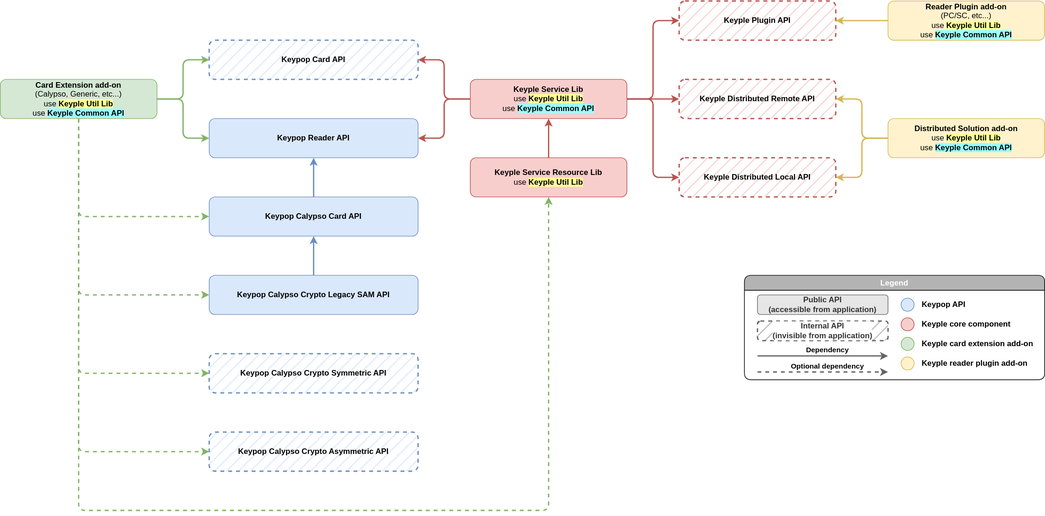
The draw.io diagram static/media/learn/developer-guide/component-dependencies/component_dependencies_overview.drawio.svg in eclipse-keyple/keyple-website, before a commit. Source tidied: cells renumbered, new cells last; positions are measured from the earlier drawing's top-left corner, leaving out a move shared by most shapes.
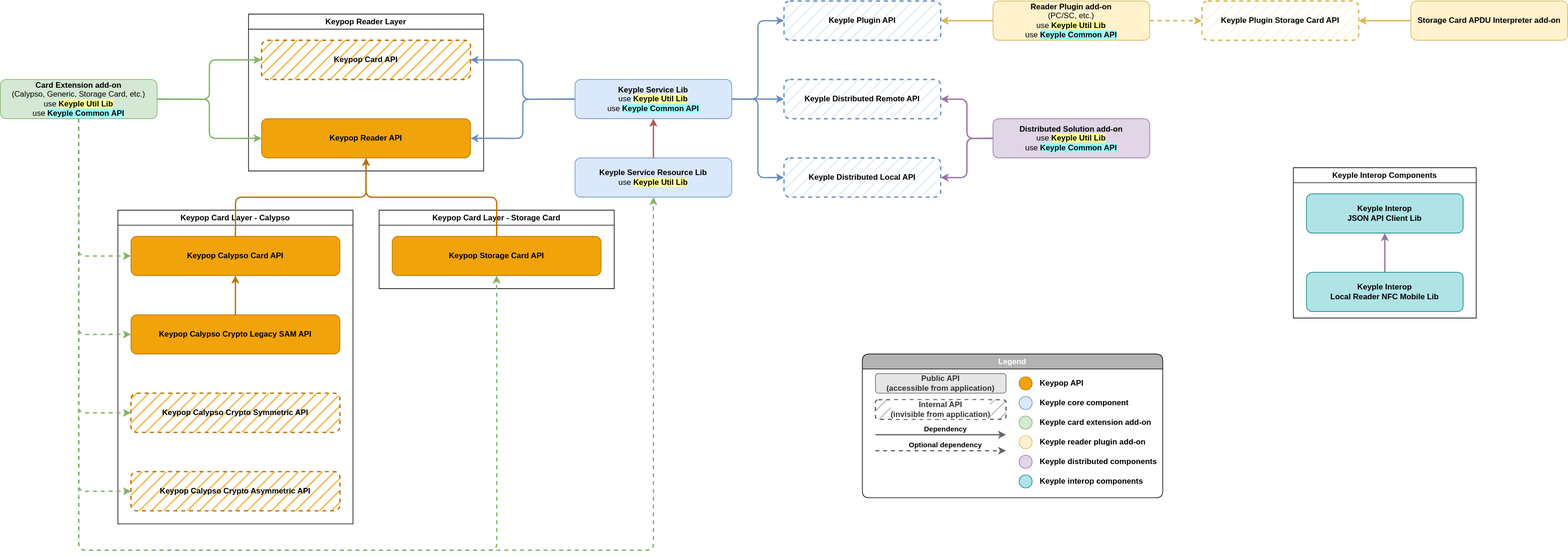
Later version of the same file.

Commit message:
docs: update interop pages (#264)

What changed in the source:
```diff
@@ -4,6 +4,12 @@
     <mxCell id="1" parent="0" />
+    <mxCell id="49" value="Keypop Reader Layer" style="swimlane;whiteSpace=wrap;html=1;" parent="1" vertex="1">
+      <mxGeometry x="220" y="20" width="360" height="240" as="geometry" />
+    </mxCell>
+    <mxCell id="50" value="Keypop Card Layer - Calypso" style="swimlane;whiteSpace=wrap;html=1;" parent="1" vertex="1">
+      <mxGeometry x="20" y="320" width="360" height="480" as="geometry" />
+    </mxCell>
-    <mxCell id="2" style="edgeStyle=orthogonalEdgeStyle;curved=1;jettySize=auto;html=1;exitX=0;exitY=0.5;exitDx=0;exitDy=0;entryX=1;entryY=0.5;entryDx=0;entryDy=0;strokeWidth=2;fillColor=#fff2cc;strokeColor=#d6b656;" parent="1" edge="1" source="3" target="15">
+    <mxCell id="2" style="edgeStyle=orthogonalEdgeStyle;jettySize=auto;html=1;exitX=0;exitY=0.5;exitDx=0;exitDy=0;entryX=1;entryY=0.5;entryDx=0;entryDy=0;strokeWidth=2;fillColor=#fff2cc;strokeColor=#d6b656;" parent="1" edge="1" source="3" target="15">
       <mxGeometry relative="1" as="geometry" />
     </mxCell>
-    <mxCell id="3" value="&lt;b&gt;Reader Plugin add-on&lt;/b&gt;&lt;br&gt;(PC/SC, etc...)&lt;br&gt;use&amp;nbsp;&lt;b style=&quot;border-color: var(--border-color); background-color: rgb(255, 255, 153);&quot;&gt;Keyple Util Lib&lt;/b&gt;&lt;br&gt;use &lt;b style=&quot;background-color: rgb(153, 255, 255);&quot;&gt;Keyple Common API&lt;/b&gt;" style="rounded=1;whiteSpace=wrap;html=1;fillColor=#fff2cc;strokeColor=#d6b656;fontStyle=0;" parent="1" vertex="1">
+    <mxCell id="3" value="&lt;b&gt;Reader Plugin add-on&lt;/b&gt;&lt;br&gt;(PC/SC, etc.)&lt;br&gt;use&amp;nbsp;&lt;b style=&quot;border-color: var(--border-color); background-color: rgb(255, 255, 153);&quot;&gt;Keyple Util Lib&lt;/b&gt;&lt;br&gt;use &lt;b style=&quot;background-color: rgb(153, 255, 255);&quot;&gt;Keyple Common API&lt;/b&gt;" style="rounded=1;whiteSpace=wrap;html=1;fillColor=#fff2cc;strokeColor=#d6b656;fontStyle=0;" parent="1" vertex="1">
       <mxGeometry x="1360" width="240" height="60" as="geometry" />
@@ -13,39 +19,39 @@
     </mxCell>
-    <mxCell id="5" value="&lt;b&gt;Keyple Service Resource Lib&lt;/b&gt;&lt;br&gt;use&amp;nbsp;&lt;b style=&quot;border-color: var(--border-color); background-color: rgb(255, 255, 153);&quot;&gt;Keyple Util Lib&lt;/b&gt;" style="rounded=1;whiteSpace=wrap;html=1;fillColor=#f8cecc;strokeColor=#b85450;fontStyle=0;" parent="1" vertex="1">
+    <mxCell id="5" value="&lt;b&gt;Keyple Service Resource Lib&lt;/b&gt;&lt;br&gt;use&amp;nbsp;&lt;b style=&quot;border-color: var(--border-color); background-color: rgb(255, 255, 153);&quot;&gt;Keyple Util Lib&lt;/b&gt;" style="rounded=1;whiteSpace=wrap;html=1;fillColor=#dae8fc;strokeColor=#6c8ebf;fontStyle=0;" parent="1" vertex="1">
       <mxGeometry x="720" y="240" width="240" height="60" as="geometry" />
     </mxCell>
-    <mxCell id="6" style="edgeStyle=orthogonalEdgeStyle;jettySize=auto;html=1;exitX=1;exitY=0.5;exitDx=0;exitDy=0;entryX=0;entryY=0.5;entryDx=0;entryDy=0;strokeWidth=2;fillColor=#f8cecc;strokeColor=#b85450;rounded=1;" parent="1" edge="1" source="11" target="15">
+    <mxCell id="6" style="edgeStyle=orthogonalEdgeStyle;jettySize=auto;html=1;exitX=1;exitY=0.5;exitDx=0;exitDy=0;entryX=0;entryY=0.5;entryDx=0;entryDy=0;strokeWidth=2;fillColor=#dae8fc;strokeColor=#6c8ebf;rounded=1;" parent="1" edge="1" source="11" target="15">
       <mxGeometry relative="1" as="geometry" />
     </mxCell>
-    <mxCell id="7" style="edgeStyle=orthogonalEdgeStyle;curved=1;jettySize=auto;html=1;exitX=1;exitY=0.5;exitDx=0;exitDy=0;entryX=0;entryY=0.5;entryDx=0;entryDy=0;strokeWidth=2;fillColor=#f8cecc;strokeColor=#b85450;" parent="1" edge="1" source="11" target="16">
+    <mxCell id="7" style="edgeStyle=orthogonalEdgeStyle;curved=1;jettySize=auto;html=1;exitX=1;exitY=0.5;exitDx=0;exitDy=0;entryX=0;entryY=0.5;entryDx=0;entryDy=0;strokeWidth=2;fillColor=#dae8fc;strokeColor=#6c8ebf;" parent="1" edge="1" source="11" target="16">
       <mxGeometry relative="1" as="geometry" />
     </mxCell>
-    <mxCell id="8" style="edgeStyle=orthogonalEdgeStyle;jettySize=auto;html=1;exitX=1;exitY=0.5;exitDx=0;exitDy=0;entryX=0;entryY=0.5;entryDx=0;entryDy=0;strokeWidth=2;fillColor=#f8cecc;strokeColor=#b85450;rounded=1;" parent="1" edge="1" source="11" target="17">
+    <mxCell id="8" style="edgeStyle=orthogonalEdgeStyle;jettySize=auto;html=1;exitX=1;exitY=0.5;exitDx=0;exitDy=0;entryX=0;entryY=0.5;entryDx=0;entryDy=0;strokeWidth=2;fillColor=#dae8fc;strokeColor=#6c8ebf;rounded=1;" parent="1" edge="1" source="11" target="17">
       <mxGeometry relative="1" as="geometry" />
     </mxCell>
-    <mxCell id="9" style="edgeStyle=orthogonalEdgeStyle;jettySize=auto;html=1;exitX=0;exitY=0.5;exitDx=0;exitDy=0;entryX=1;entryY=0.5;entryDx=0;entryDy=0;strokeWidth=2;fillColor=#f8cecc;strokeColor=#b85450;rounded=1;" parent="1" edge="1" source="11" target="38">
+    <mxCell id="9" style="edgeStyle=orthogonalEdgeStyle;jettySize=auto;html=1;exitX=0;exitY=0.5;exitDx=0;exitDy=0;entryX=1;entryY=0.5;entryDx=0;entryDy=0;strokeWidth=2;fillColor=#dae8fc;strokeColor=#6c8ebf;rounded=1;" parent="1" edge="1" source="11" target="38">
       <mxGeometry relative="1" as="geometry" />
     </mxCell>
-    <mxCell id="10" style="edgeStyle=orthogonalEdgeStyle;jettySize=auto;html=1;exitX=0;exitY=0.5;exitDx=0;exitDy=0;entryX=1;entryY=0.5;entryDx=0;entryDy=0;strokeWidth=2;fillColor=#f8cecc;strokeColor=#b85450;rounded=1;" parent="1" edge="1" source="11" target="37">
+    <mxCell id="10" style="edgeStyle=orthogonalEdgeStyle;jettySize=auto;html=1;exitX=0;exitY=0.5;exitDx=0;exitDy=0;entryX=1;entryY=0.5;entryDx=0;entryDy=0;strokeWidth=2;fillColor=#dae8fc;strokeColor=#6c8ebf;rounded=1;" parent="1" edge="1" source="11" target="37">
       <mxGeometry relative="1" as="geometry" />
     </mxCell>
-    <mxCell id="11" value="&lt;b&gt;Keyple Service Lib&lt;/b&gt;&lt;br&gt;use&amp;nbsp;&lt;b style=&quot;border-color: var(--border-color); background-color: rgb(255, 255, 153);&quot;&gt;Keyple Util Lib&lt;/b&gt;&lt;br&gt;use &lt;b style=&quot;background-color: rgb(153, 255, 255);&quot;&gt;Keyple Common API&lt;/b&gt;" style="rounded=1;whiteSpace=wrap;html=1;fillColor=#f8cecc;strokeColor=#b85450;fontStyle=0;" parent="1" vertex="1">
+    <mxCell id="11" value="&lt;b&gt;Keyple Service Lib&lt;/b&gt;&lt;br&gt;use&amp;nbsp;&lt;b style=&quot;border-color: var(--border-color); background-color: rgb(255, 255, 153);&quot;&gt;Keyple Util Lib&lt;/b&gt;&lt;br&gt;use &lt;b style=&quot;background-color: rgb(153, 255, 255);&quot;&gt;Keyple Common API&lt;/b&gt;" style="rounded=1;whiteSpace=wrap;html=1;fillColor=#dae8fc;strokeColor=#6c8ebf;fontStyle=0;" parent="1" vertex="1">
       <mxGeometry x="720" y="120" width="240" height="60" as="geometry" />
     </mxCell>
-    <mxCell id="12" style="edgeStyle=orthogonalEdgeStyle;jettySize=auto;html=1;exitX=0;exitY=0.5;exitDx=0;exitDy=0;entryX=1;entryY=0.5;entryDx=0;entryDy=0;strokeWidth=2;fillColor=#fff2cc;strokeColor=#d6b656;rounded=1;" parent="1" edge="1" source="14" target="16">
+    <mxCell id="12" style="edgeStyle=orthogonalEdgeStyle;jettySize=auto;html=1;exitX=0;exitY=0.5;exitDx=0;exitDy=0;entryX=1;entryY=0.5;entryDx=0;entryDy=0;strokeWidth=2;fillColor=#e1d5e7;strokeColor=#9673a6;rounded=1;" parent="1" edge="1" source="14" target="16">
       <mxGeometry relative="1" as="geometry" />
     </mxCell>
-    <mxCell id="13" style="edgeStyle=orthogonalEdgeStyle;jettySize=auto;html=1;exitX=0;exitY=0.5;exitDx=0;exitDy=0;entryX=1;entryY=0.5;entryDx=0;entryDy=0;fillColor=#fff2cc;strokeColor=#d6b656;strokeWidth=2;rounded=1;" parent="1" edge="1" source="14" target="17">
+    <mxCell id="13" style="edgeStyle=orthogonalEdgeStyle;jettySize=auto;html=1;exitX=0;exitY=0.5;exitDx=0;exitDy=0;entryX=1;entryY=0.5;entryDx=0;entryDy=0;fillColor=#e1d5e7;strokeColor=#9673a6;strokeWidth=2;rounded=1;" parent="1" edge="1" source="14" target="17">
       <mxGeometry relative="1" as="geometry" />
     </mxCell>
-    <mxCell id="14" value="&lt;b&gt;Distributed Solution add-on&lt;/b&gt;&lt;br&gt;use&amp;nbsp;&lt;b style=&quot;border-color: var(--border-color); background-color: rgb(255, 255, 153);&quot;&gt;Keyple Util Lib&lt;/b&gt;&lt;br&gt;use &lt;b style=&quot;background-color: rgb(153, 255, 255);&quot;&gt;Keyple Common API&lt;/b&gt;" style="rounded=1;whiteSpace=wrap;html=1;fillColor=#fff2cc;strokeColor=#d6b656;fontStyle=0;" parent="1" vertex="1">
+    <mxCell id="14" value="&lt;b&gt;Distributed Solution add-on&lt;/b&gt;&lt;br&gt;use&amp;nbsp;&lt;b style=&quot;border-color: var(--border-color); background-color: rgb(255, 255, 153);&quot;&gt;Keyple Util Lib&lt;/b&gt;&lt;br&gt;use &lt;b style=&quot;background-color: rgb(153, 255, 255);&quot;&gt;Keyple Common API&lt;/b&gt;" style="rounded=1;whiteSpace=wrap;html=1;fillColor=#e1d5e7;strokeColor=#9673a6;fontStyle=0;" parent="1" vertex="1">
       <mxGeometry x="1360" y="180" width="240" height="60" as="geometry" />
     </mxCell>
-    <mxCell id="15" value="Keyple Plugin API" style="rounded=1;whiteSpace=wrap;html=1;fillColor=#f8cecc;strokeColor=#b85450;fontStyle=1;dashed=1;fillStyle=hatch;glass=0;shadow=0;perimeterSpacing=0;strokeWidth=2;" parent="1" vertex="1">
+    <mxCell id="15" value="Keyple Plugin API" style="rounded=1;whiteSpace=wrap;html=1;fillColor=#dae8fc;strokeColor=#6c8ebf;fontStyle=1;dashed=1;fillStyle=hatch;glass=0;shadow=0;perimeterSpacing=0;strokeWidth=2;" parent="1" vertex="1">
       <mxGeometry x="1040" width="240" height="60" as="geometry" />
     </mxCell>
-    <mxCell id="16" value="Keyple Distributed Remote API" style="rounded=1;whiteSpace=wrap;html=1;fillColor=#f8cecc;strokeColor=#b85450;fontStyle=1;dashed=1;strokeWidth=2;fillStyle=hatch;" parent="1" vertex="1">
+    <mxCell id="16" value="Keyple Distributed Remote API" style="rounded=1;whiteSpace=wrap;html=1;fillColor=#dae8fc;strokeColor=#6c8ebf;fontStyle=1;dashed=1;strokeWidth=2;fillStyle=hatch;" parent="1" vertex="1">
       <mxGeometry x="1040" y="120" width="240" height="60" as="geometry" />
     </mxCell>
-    <mxCell id="17" value="Keyple Distributed Local API" style="rounded=1;whiteSpace=wrap;html=1;fillColor=#f8cecc;strokeColor=#b85450;fontStyle=1;dashed=1;strokeWidth=2;fillStyle=hatch;" parent="1" vertex="1">
+    <mxCell id="17" value="Keyple Distributed Local API" style="rounded=1;whiteSpace=wrap;html=1;fillColor=#dae8fc;strokeColor=#6c8ebf;fontStyle=1;dashed=1;strokeWidth=2;fillStyle=hatch;" parent="1" vertex="1">
       <mxGeometry x="1040" y="240" width="240" height="60" as="geometry" />
@@ -53,3 +59,3 @@
     <mxCell id="18" value="Legend" style="swimlane;whiteSpace=wrap;html=1;shadow=0;glass=0;labelBackgroundColor=#B3B3B3;fillStyle=auto;strokeWidth=1;fillColor=#B3B3B3;gradientColor=none;rounded=1;swimlaneFillColor=none;swimlaneLine=1;fontColor=#FFFFFF;" parent="1" vertex="1">
-      <mxGeometry x="1140" y="420" width="460" height="160" as="geometry" />
+      <mxGeometry x="1160" y="540" width="460" height="220" as="geometry" />
     </mxCell>
@@ -72,3 +78,3 @@
     </mxCell>
-    <mxCell id="23" style="ellipse;whiteSpace=wrap;html=1;fillColor=#dae8fc;strokeColor=#6c8ebf;strokeWidth=1;" parent="18" vertex="1">
+    <mxCell id="23" style="ellipse;whiteSpace=wrap;html=1;fillColor=#f0a30a;strokeColor=#BD7000;strokeWidth=1;fontColor=#000000;" parent="18" vertex="1">
       <mxGeometry x="240" y="35" width="20" height="20" as="geometry" />
@@ -78,3 +84,3 @@
     </mxCell>
-    <mxCell id="25" style="ellipse;whiteSpace=wrap;html=1;fillColor=#f8cecc;strokeColor=#b85450;strokeWidth=1;" parent="18" vertex="1">
+    <mxCell id="25" style="ellipse;whiteSpace=wrap;html=1;fillColor=#dae8fc;strokeColor=#6c8ebf;strokeWidth=1;" parent="18" vertex="1">
       <mxGeometry x="240" y="65" width="20" height="20" as="geometry" />
@@ -107,19 +113,31 @@
     </mxCell>
+    <mxCell id="51" style="ellipse;whiteSpace=wrap;html=1;fillColor=#e1d5e7;strokeColor=#9673a6;strokeWidth=1;" parent="18" vertex="1">
+      <mxGeometry x="240" y="155" width="20" height="20" as="geometry" />
+    </mxCell>
+    <mxCell id="52" value="Keyple distributed components" style="text;html=1;strokeColor=none;fillColor=none;align=left;verticalAlign=middle;whiteSpace=wrap;rounded=0;strokeWidth=1;fontStyle=1;" parent="18" vertex="1">
+      <mxGeometry x="270" y="150" width="190" height="30" as="geometry" />
+    </mxCell>
+    <mxCell id="53" style="ellipse;whiteSpace=wrap;html=1;fillColor=#b0e3e6;strokeColor=#0e8088;strokeWidth=1;" parent="18" vertex="1">
+      <mxGeometry x="240" y="185" width="20" height="20" as="geometry" />
+    </mxCell>
+    <mxCell id="54" value="Keyple interop components" style="text;html=1;strokeColor=none;fillColor=none;align=left;verticalAlign=middle;whiteSpace=wrap;rounded=0;strokeWidth=1;fontStyle=1;" parent="18" vertex="1">
+      <mxGeometry x="270" y="180" width="180" height="30" as="geometry" />
+    </mxCell>
-    <mxCell id="33" style="edgeStyle=orthogonalEdgeStyle;curved=1;jettySize=auto;html=1;exitX=0.5;exitY=0;exitDx=0;exitDy=0;entryX=0.5;entryY=1;entryDx=0;entryDy=0;strokeWidth=2;fillColor=#dae8fc;strokeColor=#6c8ebf;" parent="1" edge="1" source="34" target="36">
+    <mxCell id="33" style="edgeStyle=orthogonalEdgeStyle;curved=1;jettySize=auto;html=1;exitX=0.5;exitY=0;exitDx=0;exitDy=0;entryX=0.5;entryY=1;entryDx=0;entryDy=0;strokeWidth=2;fillColor=#f0a30a;strokeColor=#BD7000;" parent="1" edge="1" source="34" target="36">
       <mxGeometry relative="1" as="geometry" />
     </mxCell>
-    <mxCell id="34" value="Keypop Calypso Crypto Legacy SAM API" style="rounded=1;whiteSpace=wrap;html=1;fillColor=#dae8fc;strokeColor=#6c8ebf;fontStyle=1;" parent="1" vertex="1">
-      <mxGeometry x="320" y="420" width="320" height="60" as="geometry" />
+    <mxCell id="34" value="Keypop Calypso Crypto Legacy SAM API" style="rounded=1;whiteSpace=wrap;html=1;fillColor=#f0a30a;strokeColor=#BD7000;fontStyle=1;fontColor=#000000;" parent="1" vertex="1">
+      <mxGeometry x="40" y="480" width="320" height="60" as="geometry" />
     </mxCell>
-    <mxCell id="35" style="edgeStyle=orthogonalEdgeStyle;curved=1;jettySize=auto;html=1;exitX=0.5;exitY=0;exitDx=0;exitDy=0;entryX=0.5;entryY=1;entryDx=0;entryDy=0;strokeWidth=2;fillColor=#dae8fc;strokeColor=#6c8ebf;" parent="1" edge="1" source="36" target="37">
+    <mxCell id="35" style="edgeStyle=orthogonalEdgeStyle;jettySize=auto;html=1;exitX=0.5;exitY=0;exitDx=0;exitDy=0;entryX=0.5;entryY=1;entryDx=0;entryDy=0;strokeWidth=2;fillColor=#f0a30a;strokeColor=#BD7000;" parent="1" edge="1" source="36" target="37">
       <mxGeometry relative="1" as="geometry" />
     </mxCell>
-    <mxCell id="36" value="Keypop Calypso Card API" style="rounded=1;whiteSpace=wrap;html=1;fillColor=#dae8fc;strokeColor=#6c8ebf;fontStyle=1;" parent="1" vertex="1">
-      <mxGeometry x="320" y="300" width="320" height="60" as="geometry" />
+    <mxCell id="36" value="Keypop Calypso Card API" style="rounded=1;whiteSpace=wrap;html=1;fillColor=#f0a30a;strokeColor=#BD7000;fontStyle=1;fontColor=#000000;" parent="1" vertex="1">
+      <mxGeometry x="40" y="360" width="320" height="60" as="geometry" />
     </mxCell>
-    <mxCell id="37" value="Keypop Reader API" style="rounded=1;whiteSpace=wrap;html=1;fillColor=#dae8fc;strokeColor=#6c8ebf;fontStyle=1;" parent="1" vertex="1">
-      <mxGeometry x="320" y="180" width="320" height="60" as="geometry" />
+    <mxCell id="37" value="Keypop Reader API" style="rounded=1;whiteSpace=wrap;html=1;fillColor=#f0a30a;strokeColor=#BD7000;fontStyle=1;fontColor=#000000;" parent="1" vertex="1">
+      <mxGeometry x="240" y="180" width="320" height="60" as="geometry" />
     </mxCell>
-    <mxCell id="38" value="Keypop Card API" style="rounded=1;whiteSpace=wrap;html=1;fillColor=#dae8fc;strokeColor=#6c8ebf;fontStyle=1;dashed=1;fillStyle=hatch;gradientColor=none;strokeWidth=2;" parent="1" vertex="1">
-      <mxGeometry x="320" y="60" width="320" height="60" as="geometry" />
+    <mxCell id="38" value="Keypop Card API" style="rounded=1;whiteSpace=wrap;html=1;fillColor=#f0a30a;strokeColor=#BD7000;fontStyle=1;dashed=1;fillStyle=hatch;strokeWidth=2;fontColor=#000000;" parent="1" vertex="1">
+      <mxGeometry x="240" y="60" width="320" height="60" as="geometry" />
     </mxCell>
@@ -140,4 +158,4 @@
         <Array as="points">
-          <mxPoint x="120" y="780" />
-          <mxPoint x="840" y="780" />
+          <mxPoint x="-40" y="840" />
+          <mxPoint x="840" y="840" />
         </Array>
@@ -145,10 +163,10 @@
     </mxCell>
-    <mxCell id="44" value="&lt;b&gt;Card Extension add-on&lt;/b&gt;&lt;br&gt;(Calypso, Generic, etc...)&lt;br&gt;use &lt;b style=&quot;background-color: rgb(255, 255, 153);&quot;&gt;Keyple Util Lib&lt;/b&gt;&lt;br&gt;use &lt;span style=&quot;background-color: rgb(153, 255, 255);&quot;&gt;&lt;b&gt;Keyple Common API&lt;/b&gt;&lt;/span&gt;" style="rounded=1;whiteSpace=wrap;html=1;fillColor=#d5e8d4;strokeColor=#82b366;fontStyle=0;" parent="1" vertex="1">
-      <mxGeometry y="120" width="240" height="60" as="geometry" />
+    <mxCell id="44" value="&lt;b&gt;Card Extension add-on&lt;/b&gt;&lt;br&gt;(Calypso, Generic, Storage Card, etc.)&lt;br&gt;use &lt;b style=&quot;background-color: rgb(255, 255, 153);&quot;&gt;Keyple Util Lib&lt;/b&gt;&lt;br&gt;use &lt;span style=&quot;background-color: rgb(153, 255, 255);&quot;&gt;&lt;b&gt;Keyple Common API&lt;/b&gt;&lt;/span&gt;" style="rounded=1;whiteSpace=wrap;html=1;fillColor=#d5e8d4;strokeColor=#82b366;fontStyle=0;" parent="1" vertex="1">
+      <mxGeometry x="-160" y="120" width="240" height="60" as="geometry" />
     </mxCell>
-    <mxCell id="45" value="Keypop Calypso Crypto Symmetric API" style="rounded=1;whiteSpace=wrap;html=1;fillColor=#dae8fc;strokeColor=#6c8ebf;fontStyle=1;dashed=1;fillStyle=hatch;gradientColor=none;strokeWidth=2;" parent="1" vertex="1">
-      <mxGeometry x="320" y="540" width="320" height="60" as="geometry" />
+    <mxCell id="45" value="Keypop Calypso Crypto Symmetric API" style="rounded=1;whiteSpace=wrap;html=1;fillColor=#f0a30a;strokeColor=#BD7000;fontStyle=1;dashed=1;fillStyle=hatch;strokeWidth=2;fontColor=#000000;" parent="1" vertex="1">
+      <mxGeometry x="40" y="600" width="320" height="60" as="geometry" />
     </mxCell>
-    <mxCell id="46" value="Keypop Calypso Crypto Asymmetric API" style="rounded=1;whiteSpace=wrap;html=1;fillColor=#dae8fc;strokeColor=#6c8ebf;fontStyle=1;dashed=1;fillStyle=hatch;gradientColor=none;strokeWidth=2;" parent="1" vertex="1">
-      <mxGeometry x="320" y="660" width="320" height="60" as="geometry" />
+    <mxCell id="46" value="Keypop Calypso Crypto Asymmetric API" style="rounded=1;whiteSpace=wrap;html=1;fillColor=#f0a30a;strokeColor=#BD7000;fontStyle=1;dashed=1;fillStyle=hatch;strokeWidth=2;fontColor=#000000;" parent="1" vertex="1">
+      <mxGeometry x="40" y="720" width="320" height="60" as="geometry" />
     </mxCell>
@@ -160,2 +178,43 @@
     </mxCell>
+    <mxCell id="55" value="Keyple Plugin Storage Card API" style="rounded=1;whiteSpace=wrap;html=1;fillColor=#fff2cc;strokeColor=#d6b656;fontStyle=1;dashed=1;fillStyle=hatch;glass=0;shadow=0;perimeterSpacing=0;strokeWidth=2;" parent="1" vertex="1">
+      <mxGeometry x="1680" width="240" height="60" as="geometry" />
+    </mxCell>
+    <mxCell id="56" style="edgeStyle=orthogonalEdgeStyle;rounded=0;jettySize=auto;html=1;entryX=1;entryY=0.5;entryDx=0;entryDy=0;strokeWidth=2;exitX=0;exitY=0.5;exitDx=0;exitDy=0;fillColor=#fff2cc;strokeColor=#d6b656;" parent="1" edge="1" source="57" target="55">
+      <mxGeometry relative="1" as="geometry" />
+    </mxCell>
+    <mxCell id="57" value="&lt;b&gt;Storage Card APDU Interpreter add-on&lt;br&gt;&lt;/b&gt;" style="rounded=1;whiteSpace=wrap;html=1;fillColor=#fff2cc;strokeColor=#d6b656;fontStyle=0;" parent="1" vertex="1">
+      <mxGeometry x="2000" width="240" height="60" as="geometry" />
+    </mxCell>
+    <mxCell id="58" style="edgeStyle=orthogonalEdgeStyle;jettySize=auto;html=1;exitX=1;exitY=0.5;exitDx=0;exitDy=0;entryX=0;entryY=0.5;entryDx=0;entryDy=0;strokeWidth=2;fillColor=#fff2cc;strokeColor=#d6b656;dashed=1;" parent="1" edge="1" source="3" target="55">
+      <mxGeometry relative="1" as="geometry" />
+    </mxCell>
+    <mxCell id="59" value="Keyple Interop Components" style="swimlane;whiteSpace=wrap;html=1;" parent="1" vertex="1">
+      <mxGeometry x="1820" y="255" width="280" height="230" as="geometry" />
+    </mxCell>
+    <mxCell id="60" value="&lt;b&gt;Keyple Interop&lt;br&gt;JSON API Client Lib&lt;/b&gt;" style="rounded=1;whiteSpace=wrap;html=1;fillColor=#b0e3e6;strokeColor=#0e8088;fontStyle=0;" parent="59" vertex="1">
+      <mxGeometry x="20" y="40" width="240" height="60" as="geometry" />
+    </mxCell>
+    <mxCell id="61" value="&lt;b&gt;Keyple Interop&lt;br&gt;Local Reader NFC Mobile Lib&lt;/b&gt;" style="rounded=1;whiteSpace=wrap;html=1;fillColor=#b0e3e6;strokeColor=#0e8088;fontStyle=0;" parent="59" vertex="1">
+      <mxGeometry x="20" y="160" width="240" height="60" as="geometry" />
+    </mxCell>
+    <mxCell id="62" style="edgeStyle=orthogonalEdgeStyle;rounded=0;jettySize=auto;html=1;entryX=0.5;entryY=1;entryDx=0;entryDy=0;fillColor=#e1d5e7;strokeColor=#9673a6;strokeWidth=2;" parent="59" edge="1" source="61" target="60">
+      <mxGeometry relative="1" as="geometry" />
+    </mxCell>
+    <mxCell id="63" value="Keypop Card Layer - Storage Card" style="swimlane;whiteSpace=wrap;html=1;" parent="1" vertex="1">
+      <mxGeometry x="420" y="320" width="360" height="120" as="geometry" />
+    </mxCell>
+    <mxCell id="64" value="Keypop Storage Card API" style="rounded=1;whiteSpace=wrap;html=1;fillColor=#f0a30a;strokeColor=#BD7000;fontStyle=1;fontColor=#000000;" parent="63" vertex="1">
+      <mxGeometry x="20" y="40" width="320" height="60" as="geometry" />
+    </mxCell>
+    <mxCell id="65" style="edgeStyle=orthogonalEdgeStyle;jettySize=auto;html=1;exitX=0.5;exitY=0;exitDx=0;exitDy=0;entryX=0.5;entryY=1;entryDx=0;entryDy=0;strokeWidth=2;fillColor=#f0a30a;strokeColor=#BD7000;" parent="1" edge="1" source="64" target="37">
+      <mxGeometry relative="1" as="geometry" />
+    </mxCell>
+    <mxCell id="66" style="edgeStyle=orthogonalEdgeStyle;jettySize=auto;html=1;exitX=0.5;exitY=1;exitDx=0;exitDy=0;entryX=0.5;entryY=1;entryDx=0;entryDy=0;strokeWidth=2;fillColor=#d5e8d4;strokeColor=#82b366;dashed=1;rounded=1;" parent="1" edge="1" source="44" target="64">
+      <mxGeometry relative="1" as="geometry">
+        <Array as="points">
+          <mxPoint x="-40" y="840" />
+          <mxPoint x="600" y="840" />
+        </Array>
+      </mxGeometry>
+    </mxCell>
   </root>
```
